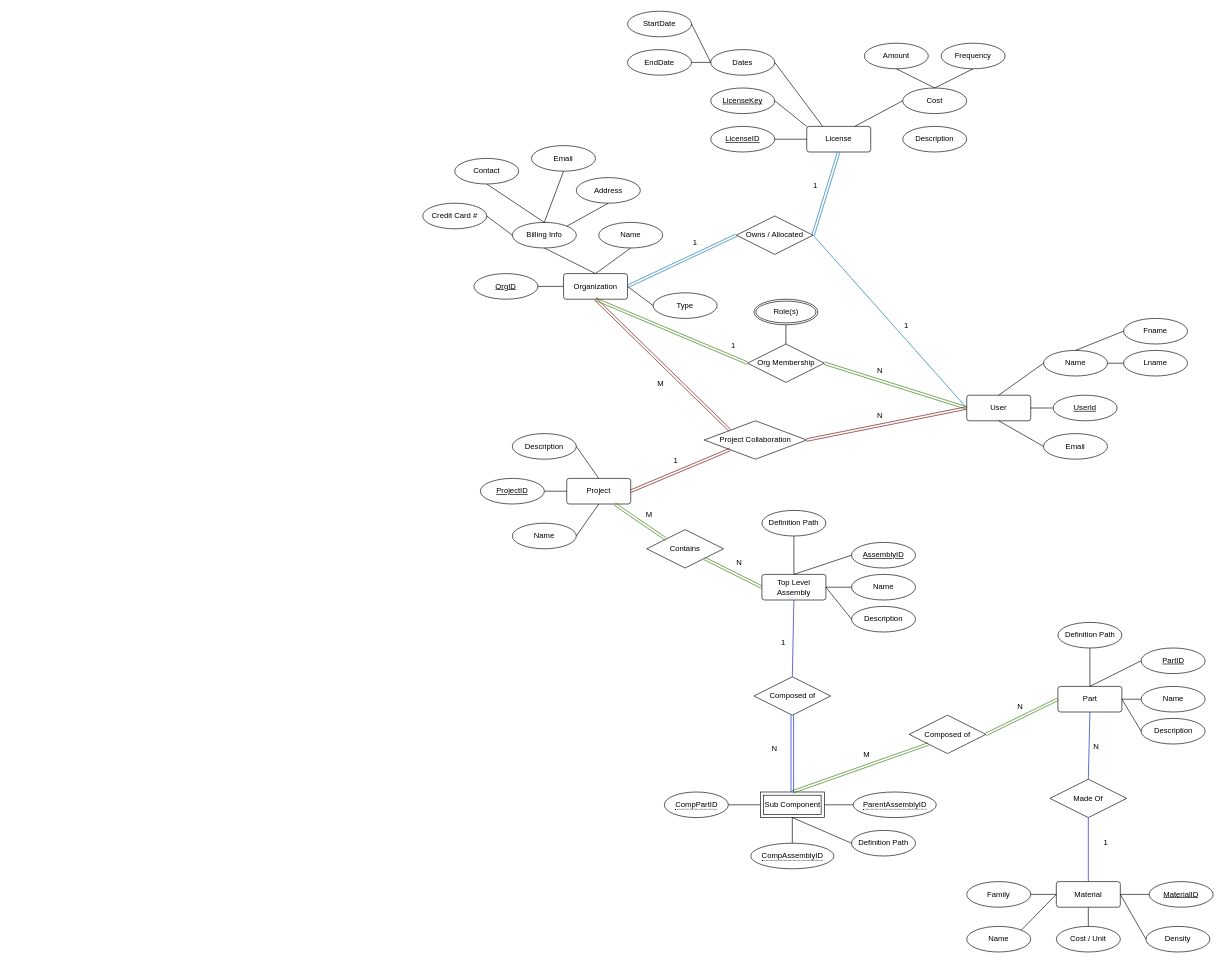
Above: DBfinal.drawio in EricOrrDev/Diagrams (draw.io), before the change. Source tidied: cells renumbered, new cells numbered last; positions are measured from the earlier drawing's top-left corner, leaving out a move shared by most shapes. Both pictures are drawn from the tidied source at 64%, with x=0, y=0 at pixel (422, 11).
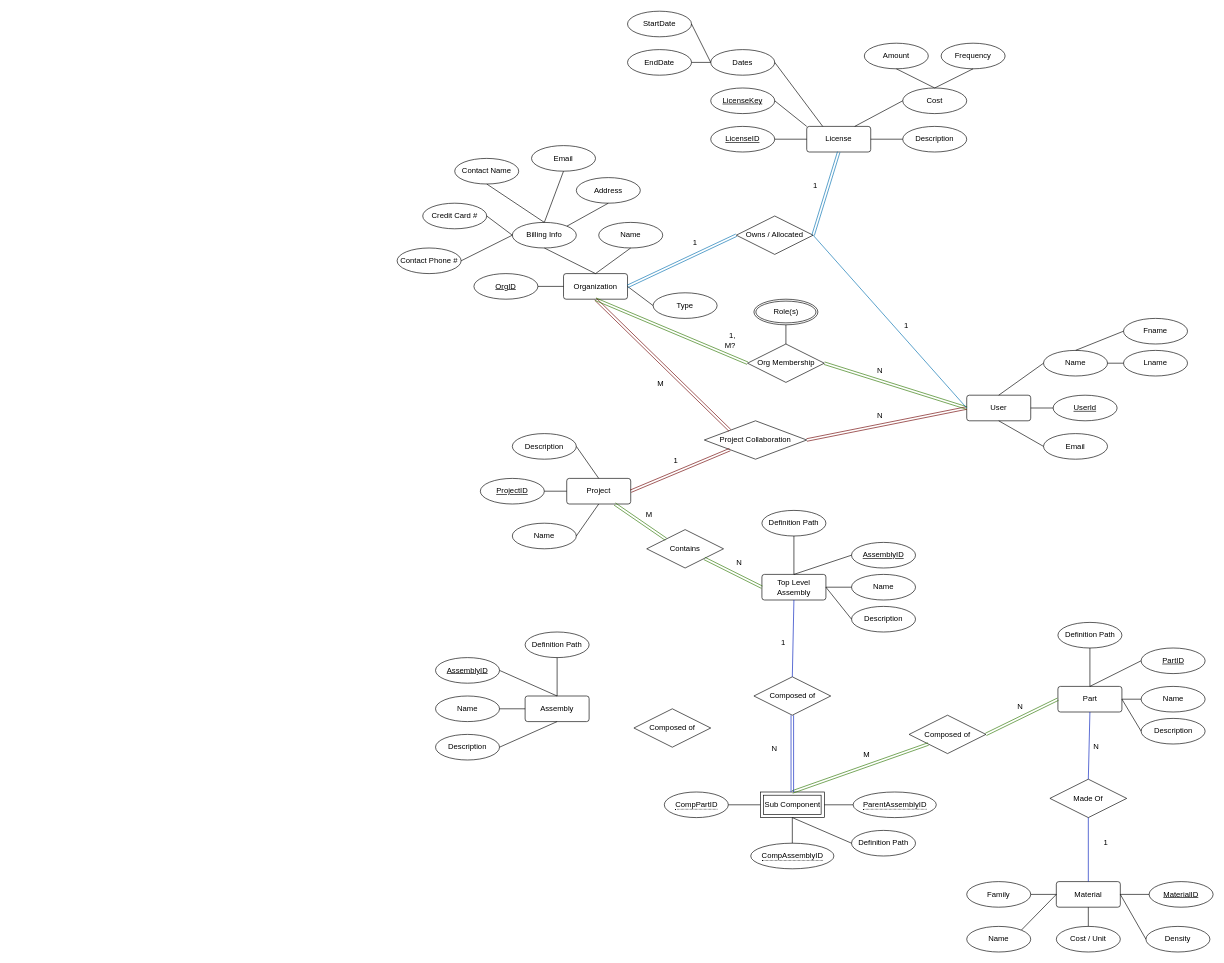
Above is the later version.

The change refers to these unchanged cells:
```xml
<mxCell id="2" style="group;" parent="1" vertex="1">
  <mxGeometry y="210" width="460" height="240" as="geometry" />
</mxCell>
<mxCell id="5" value="Billing Info" style="ellipse;whiteSpace=wrap;html=1;align=center;" parent="2" vertex="1">
  <mxGeometry x="140" y="120" width="100" height="40" as="geometry" />
</mxCell>
<mxCell id="39" value="License" style="rounded=1;arcSize=10;whiteSpace=wrap;html=1;align=center;" parent="1" vertex="1">
  <mxGeometry x="600" y="180" width="100" height="40" as="geometry" />
</mxCell>
<mxCell id="57" value="Description" style="ellipse;whiteSpace=wrap;html=1;align=center;" parent="1" vertex="1">
  <mxGeometry x="750" y="180" width="100" height="40" as="geometry" />
</mxCell>
<mxCell id="124" style="shape=link;html=1;rounded=0;exitX=0.5;exitY=1;exitDx=0;exitDy=0;entryX=0;entryY=0.5;entryDx=0;entryDy=0;fillColor=#60a917;strokeColor=#2D7600;" parent="1" edge="1" source="3" target="43">
  <mxGeometry relative="1" as="geometry" />
</mxCell>
```

Diff of the diagram source:
```diff
@@
-    <mxCell id="9" value="Contact" style="ellipse;whiteSpace=wrap;html=1;align=center;" parent="2" vertex="1">
+    <mxCell id="9" value="Contact Name" style="ellipse;whiteSpace=wrap;html=1;align=center;" parent="2" vertex="1">
       <mxGeometry x="50" y="20" width="100" height="40" as="geometry" />
     </mxCell>
@@
+    <mxCell id="143" value="Contact Phone #" style="ellipse;whiteSpace=wrap;html=1;align=center;" parent="2" vertex="1">
+      <mxGeometry x="-40" y="160" width="100" height="40" as="geometry" />
+    </mxCell>
+    <mxCell id="144" style="endArrow=none;html=1;rounded=0;exitX=1;exitY=0.5;exitDx=0;exitDy=0;entryX=0;entryY=0.5;entryDx=0;entryDy=0;" parent="2" edge="1" source="143" target="5">
+      <mxGeometry relative="1" as="geometry" />
+    </mxCell>
@@
-    <mxCell id="125" value="1" style="html=1;whiteSpace=wrap;align=right;verticalAlign=bottom;" parent="124" vertex="1">
+    <mxCell id="125" value="1, M?" style="html=1;whiteSpace=wrap;align=right;verticalAlign=bottom;" parent="124" vertex="1">
       <mxGeometry x="1" relative="1" as="geometry">
         <mxPoint x="-18" y="-20" as="offset" />
       </mxGeometry>
     </mxCell>
@@
+    <mxCell id="145" style="endArrow=none;html=1;rounded=0;exitX=1;exitY=0.5;exitDx=0;exitDy=0;entryX=0;entryY=0.5;entryDx=0;entryDy=0;" parent="1" edge="1" source="39" target="57">
+      <mxGeometry relative="1" as="geometry" />
+    </mxCell>
+    <mxCell id="146" style="group;" parent="1" vertex="1">
+      <mxGeometry x="20" y="970" width="240" height="210" as="geometry" />
+    </mxCell>
+    <mxCell id="147" style="group;" parent="146" vertex="1">
+      <mxGeometry y="40" width="240" height="170" as="geometry" />
+    </mxCell>
+    <mxCell id="148" style="html=1;whiteSpace=wrap;align=right;verticalAlign=bottom;" parent="147" vertex="1">
+      <mxGeometry x="-662.5" y="-120" as="geometry">
+        <mxPoint x="728" y="283" as="offset" />
+      </mxGeometry>
+    </mxCell>
+    <mxCell id="149" value="Assembly" style="rounded=1;arcSize=10;whiteSpace=wrap;html=1;align=center;" parent="147" vertex="1">
+      <mxGeometry x="140" y="60" width="100" height="40" as="geometry" />
+    </mxCell>
+    <mxCell id="150" value="Definition Path" style="ellipse;whiteSpace=wrap;html=1;align=center;" parent="147" vertex="1">
+      <mxGeometry x="140" y="-40" width="100" height="40" as="geometry" />
+    </mxCell>
+    <mxCell id="151" style="endArrow=none;html=1;rounded=0;exitX=0.5;exitY=1;exitDx=0;exitDy=0;entryX=0.5;entryY=0;entryDx=0;entryDy=0;" parent="147" edge="1" source="150" target="149">
+      <mxGeometry relative="1" as="geometry" />
+    </mxCell>
+    <mxCell id="152" value="Description" style="ellipse;whiteSpace=wrap;html=1;align=center;" parent="147" vertex="1">
+      <mxGeometry y="120" width="100" height="40" as="geometry" />
+    </mxCell>
+    <mxCell id="153" style="endArrow=none;html=1;rounded=0;exitX=1;exitY=0.5;exitDx=0;exitDy=0;entryX=0.5;entryY=1;entryDx=0;entryDy=0;" parent="147" edge="1" source="152" target="149">
+      <mxGeometry relative="1" as="geometry" />
+    </mxCell>
+    <mxCell id="154" value="Name" style="ellipse;whiteSpace=wrap;html=1;align=center;" parent="147" vertex="1">
+      <mxGeometry y="60" width="100" height="40" as="geometry" />
+    </mxCell>
+    <mxCell id="155" style="endArrow=none;html=1;rounded=0;entryX=0;entryY=0.5;entryDx=0;entryDy=0;exitX=1;exitY=0.5;exitDx=0;exitDy=0;" parent="147" edge="1" source="154" target="149">
+      <mxGeometry relative="1" as="geometry" />
+    </mxCell>
+    <mxCell id="156" value="AssemblyID" style="ellipse;whiteSpace=wrap;html=1;align=center;fontStyle=4;" parent="147" vertex="1">
+      <mxGeometry width="100" height="40" as="geometry" />
+    </mxCell>
+    <mxCell id="157" style="endArrow=none;html=1;rounded=0;exitX=0.5;exitY=0;exitDx=0;exitDy=0;entryX=1;entryY=0.5;entryDx=0;entryDy=0;" parent="147" edge="1" source="149" target="156">
+      <mxGeometry relative="1" as="geometry" />
+    </mxCell>
+    <mxCell id="158" value="Composed of" style="shape=rhombus;perimeter=rhombusPerimeter;whiteSpace=wrap;html=1;align=center;" parent="1" vertex="1">
+      <mxGeometry x="330" y="1090" width="120" height="60" as="geometry" />
+    </mxCell>
```
